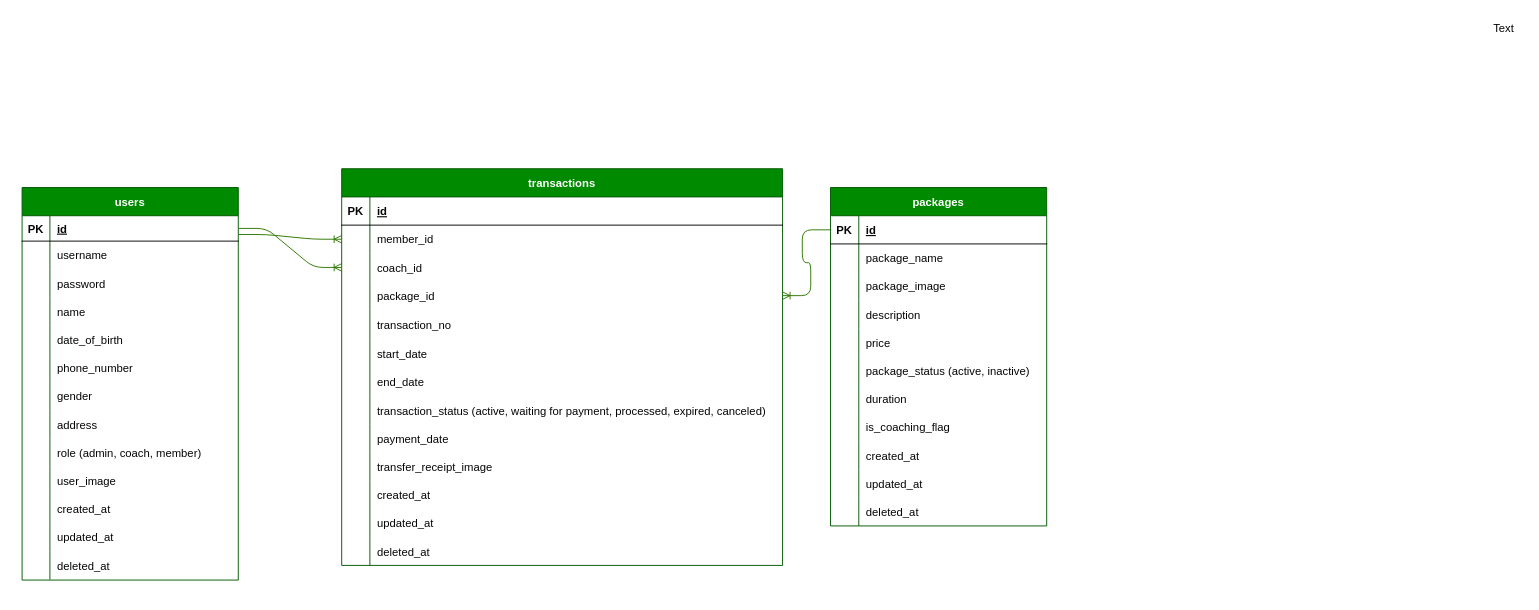
Above: erd.drawio in rahmatadlin/gym_app (draw.io), before the change. Source tidied: cells renumbered, new cells numbered last; positions are measured from the earlier drawing's top-left corner, leaving out a move shared by most shapes. Both pictures are drawn from the tidied source at 94%, with x=0, y=0 at pixel (22, 16).
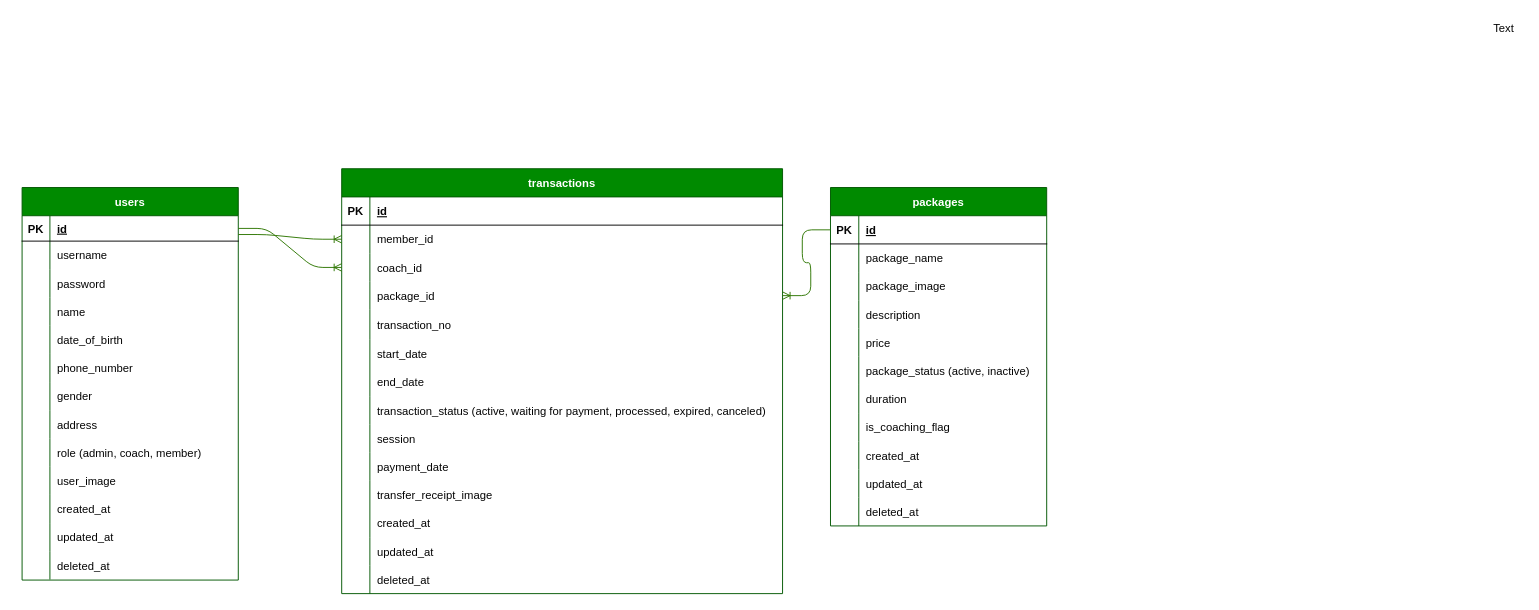
Above is the later version.

Commit message (it also covers changes not shown here):
feat: session coach, validation coach for more than 5 transaction, validation upload transfer receipt

What changed in the source:
```diff
@@
     <mxCell id="42" value="transactions" style="shape=table;startSize=30;childLayout=tableLayout;rowLines=0;fontStyle=1;align=center;fontColor=#ffffff;fillColor=#008a00;strokeColor=#005700;" parent="1" vertex="1">
-      <mxGeometry x="340" y="162" width="469" height="422" as="geometry" />
+      <mxGeometry x="340" y="162" width="469" height="452" as="geometry" />
     </mxCell>
@@
+    <mxCell id="120" style="shape=tableRow;horizontal=0;startSize=0;swimlaneHead=0;swimlaneBody=0;fillColor=none;top=0;left=0;right=0;bottom=0;fontColor=#050505;" parent="42" vertex="1">
+      <mxGeometry y="272" width="469" height="30" as="geometry" />
+    </mxCell>
+    <mxCell id="121" style="shape=partialRectangle;fillColor=none;top=0;left=0;bottom=0;right=0;overflow=hidden;fontColor=#050505;" parent="120" vertex="1">
+      <mxGeometry width="30" height="30" as="geometry" />
+    </mxCell>
+    <mxCell id="122" value="session" style="shape=partialRectangle;fillColor=none;top=0;left=0;bottom=0;right=0;align=left;spacingLeft=6;overflow=hidden;fontColor=#050505;" parent="120" vertex="1">
+      <mxGeometry x="30" width="439" height="30" as="geometry" />
+    </mxCell>
     <mxCell id="67" style="shape=tableRow;horizontal=0;startSize=0;swimlaneHead=0;swimlaneBody=0;fillColor=none;top=0;left=0;right=0;bottom=0;fontColor=#050505;" parent="42" vertex="1">
-      <mxGeometry y="272" width="469" height="30" as="geometry" />
+      <mxGeometry y="302" width="469" height="30" as="geometry" />
     </mxCell>
@@
     <mxCell id="70" style="shape=tableRow;horizontal=0;startSize=0;swimlaneHead=0;swimlaneBody=0;fillColor=none;top=0;left=0;right=0;bottom=0;fontColor=#050505;" parent="42" vertex="1">
-      <mxGeometry y="302" width="469" height="30" as="geometry" />
+      <mxGeometry y="332" width="469" height="30" as="geometry" />
     </mxCell>
@@
     <mxCell id="73" style="shape=tableRow;horizontal=0;startSize=0;swimlaneHead=0;swimlaneBody=0;fillColor=none;top=0;left=0;right=0;bottom=0;fontColor=#050505;" parent="42" vertex="1">
-      <mxGeometry y="332" width="469" height="30" as="geometry" />
+      <mxGeometry y="362" width="469" height="30" as="geometry" />
     </mxCell>
@@
     <mxCell id="76" style="shape=tableRow;horizontal=0;startSize=0;swimlaneHead=0;swimlaneBody=0;fillColor=none;top=0;left=0;right=0;bottom=0;fontColor=#050505;" parent="42" vertex="1">
-      <mxGeometry y="362" width="469" height="30" as="geometry" />
+      <mxGeometry y="392" width="469" height="30" as="geometry" />
     </mxCell>
@@
     <mxCell id="79" style="shape=tableRow;horizontal=0;startSize=0;swimlaneHead=0;swimlaneBody=0;fillColor=none;top=0;left=0;right=0;bottom=0;fontColor=#050505;" parent="42" vertex="1">
-      <mxGeometry y="392" width="469" height="30" as="geometry" />
+      <mxGeometry y="422" width="469" height="30" as="geometry" />
     </mxCell>
```
